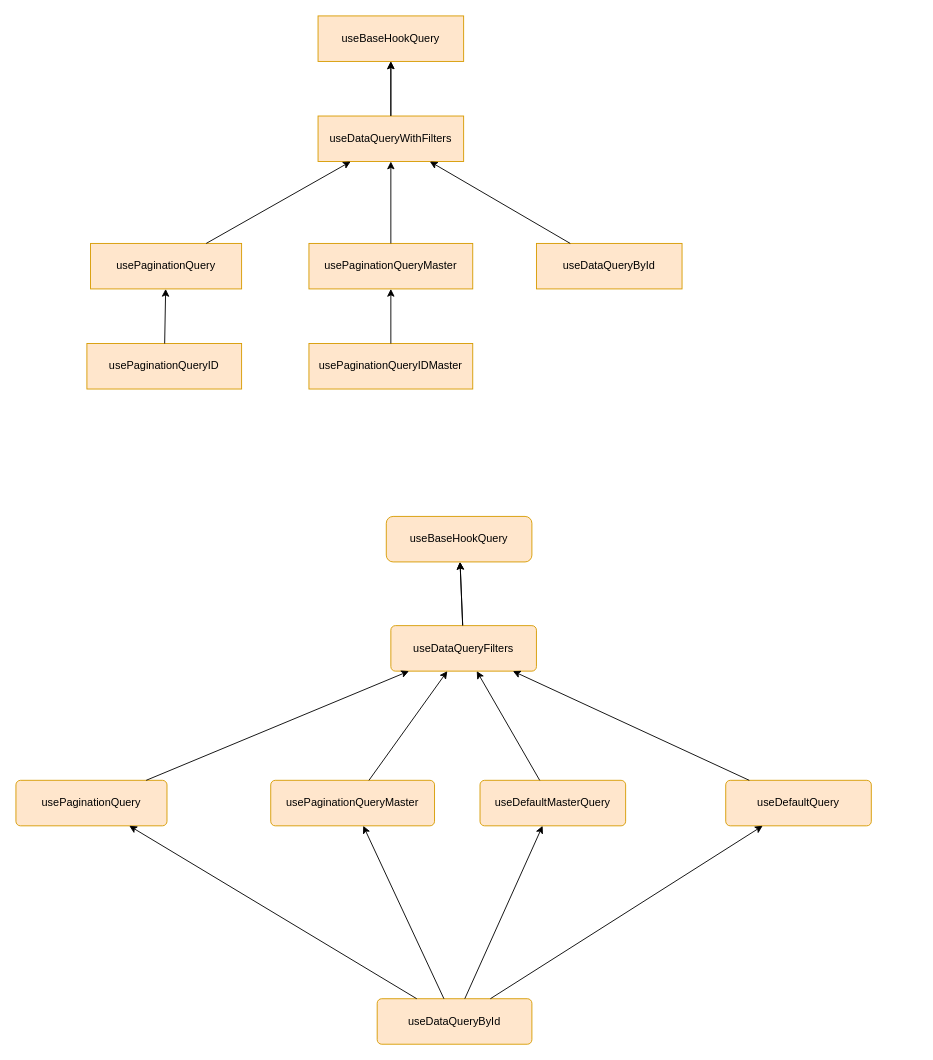
Above: Diagrama sin título.drawio in gamboacarlos/preview-test (draw.io), before the change. Source tidied: cells renumbered, new cells numbered last; positions are measured from the earlier drawing's top-left corner, leaving out a move shared by most shapes. Both pictures are drawn from the tidied source at 91%, with x=0, y=0 at pixel (15, 15).
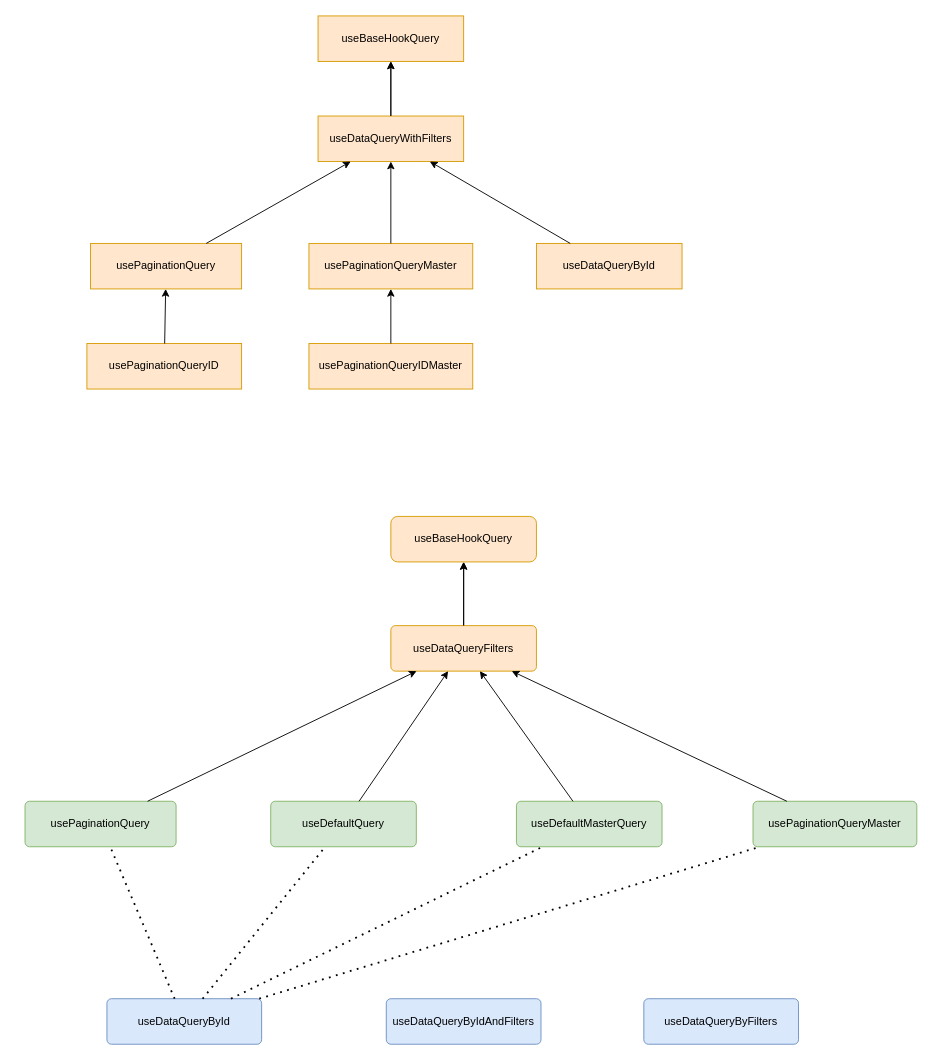
The same diagram, later.

Unchanged cells that the change refers to:
```xml
<mxCell id="18" value="useDataQueryFilters" style="rounded=1;whiteSpace=wrap;html=1;fontSize=12;glass=0;strokeWidth=1;shadow=0;arcSize=10;fillColor=#ffe6cc;strokeColor=#d79b00;" parent="1" vertex="1">
  <mxGeometry x="412" y="670" width="160" height="50" as="geometry" />
</mxCell>
```

Diff of the diagram source:
```diff
@@
     <mxCell id="16" value="useBaseHookQuery" style="rounded=1;whiteSpace=wrap;html=1;fontSize=12;glass=0;strokeWidth=1;shadow=0;fillColor=#ffe6cc;strokeColor=#d79b00;" parent="1" vertex="1">
-      <mxGeometry x="407" y="550" width="160" height="50" as="geometry" />
+      <mxGeometry x="412" y="550" width="160" height="50" as="geometry" />
     </mxCell>
@@
-    <mxCell id="20" value="usePaginationQuery" style="rounded=1;whiteSpace=wrap;html=1;fontSize=12;glass=0;strokeWidth=1;shadow=0;arcSize=10;fillColor=#ffe6cc;strokeColor=#d79b00;" parent="1" vertex="1">
-      <mxGeometry y="840" width="166" height="50" as="geometry" />
+    <mxCell id="20" value="usePaginationQuery" style="rounded=1;whiteSpace=wrap;html=1;fontSize=12;glass=0;strokeWidth=1;shadow=0;arcSize=10;fillColor=#d5e8d4;strokeColor=#82b366;" parent="1" vertex="1">
+      <mxGeometry x="10" y="863" width="166" height="50" as="geometry" />
     </mxCell>
@@
-    <mxCell id="22" value="usePaginationQueryMaster" style="rounded=1;whiteSpace=wrap;html=1;fontSize=12;glass=0;strokeWidth=1;shadow=0;arcSize=10;fillColor=#ffe6cc;strokeColor=#d79b00;" parent="1" vertex="1">
-      <mxGeometry x="280" y="840" width="180" height="50" as="geometry" />
+    <mxCell id="22" value="usePaginationQueryMaster" style="rounded=1;whiteSpace=wrap;html=1;fontSize=12;glass=0;strokeWidth=1;shadow=0;arcSize=10;fillColor=#d5e8d4;strokeColor=#82b366;" parent="1" vertex="1">
+      <mxGeometry x="810" y="863" width="180" height="50" as="geometry" />
     </mxCell>
-    <mxCell id="23" value="useDefaultMasterQuery" style="rounded=1;whiteSpace=wrap;html=1;fontSize=12;glass=0;strokeWidth=1;shadow=0;arcSize=10;fillColor=#ffe6cc;strokeColor=#d79b00;" parent="1" vertex="1">
-      <mxGeometry x="510" y="840" width="160" height="50" as="geometry" />
+    <mxCell id="23" value="useDefaultMasterQuery" style="rounded=1;whiteSpace=wrap;html=1;fontSize=12;glass=0;strokeWidth=1;shadow=0;arcSize=10;fillColor=#d5e8d4;strokeColor=#82b366;" parent="1" vertex="1">
+      <mxGeometry x="550" y="863" width="160" height="50" as="geometry" />
     </mxCell>
@@
-    <mxCell id="25" value="useDataQueryById" style="rounded=1;whiteSpace=wrap;html=1;fontSize=12;glass=0;strokeWidth=1;shadow=0;arcSize=10;fillColor=#ffe6cc;strokeColor=#d79b00;" parent="1" vertex="1">
-      <mxGeometry x="397" y="1080" width="170" height="50" as="geometry" />
+    <mxCell id="25" value="useDataQueryById" style="rounded=1;whiteSpace=wrap;html=1;fontSize=12;glass=0;strokeWidth=1;shadow=0;arcSize=10;fillColor=#dae8fc;strokeColor=#6c8ebf;" parent="1" vertex="1">
+      <mxGeometry x="100" y="1080" width="170" height="50" as="geometry" />
     </mxCell>
+    <mxCell id="27" style="endArrow=classic;html=1;rounded=0;" parent="1" edge="1" source="22" target="18">
+      <mxGeometry relative="1" as="geometry" />
+    </mxCell>
+    <mxCell id="30" value="useDefaultQuery" style="rounded=1;whiteSpace=wrap;html=1;fontSize=12;glass=0;strokeWidth=1;shadow=0;arcSize=10;fillColor=#d5e8d4;strokeColor=#82b366;" parent="1" vertex="1">
+      <mxGeometry x="280" y="863" width="160" height="50" as="geometry" />
+    </mxCell>
+    <mxCell id="32" style="endArrow=classic;html=1;rounded=0;" parent="1" edge="1" source="30" target="18">
+      <mxGeometry relative="1" as="geometry" />
+    </mxCell>
+    <mxCell id="33" value="useDataQueryByIdAndFilters" style="rounded=1;whiteSpace=wrap;html=1;fontSize=12;glass=0;strokeWidth=1;shadow=0;arcSize=10;fillColor=#dae8fc;strokeColor=#6c8ebf;" parent="1" vertex="1">
+      <mxGeometry x="407" y="1080" width="170" height="50" as="geometry" />
+    </mxCell>
+    <mxCell id="34" value="&lt;div&gt;useDataQueryByFilters&lt;/div&gt;" style="rounded=1;whiteSpace=wrap;html=1;fontSize=12;glass=0;strokeWidth=1;shadow=0;arcSize=10;fillColor=#dae8fc;strokeColor=#6c8ebf;" parent="1" vertex="1">
+      <mxGeometry x="690" y="1080" width="170" height="50" as="geometry" />
+    </mxCell>
-    <mxCell id="26" style="endArrow=classic;html=1;rounded=0;" parent="1" edge="1" source="25" target="20">
+    <mxCell id="26" style="endArrow=none;dashed=1;html=1;dashPattern=1 3;strokeWidth=2;rounded=0;" parent="1" edge="1" source="25" target="20">
       <mxGeometry relative="1" as="geometry" />
     </mxCell>
-    <mxCell id="27" style="endArrow=classic;html=1;rounded=0;" parent="1" edge="1" source="22" target="18">
-      <mxGeometry relative="1" as="geometry" />
-    </mxCell>
+    <mxCell id="31" style="endArrow=none;dashed=1;html=1;dashPattern=1 3;strokeWidth=2;rounded=0;" parent="1" edge="1" source="25" target="30">
+      <mxGeometry relative="1" as="geometry" />
+    </mxCell>
+    <mxCell id="29" style="endArrow=none;dashed=1;html=1;dashPattern=1 3;strokeWidth=2;rounded=0;" parent="1" edge="1" source="25" target="23">
+      <mxGeometry relative="1" as="geometry" />
+    </mxCell>
-    <mxCell id="28" style="endArrow=classic;html=1;rounded=0;" parent="1" edge="1" source="25" target="22">
+    <mxCell id="28" style="endArrow=none;dashed=1;html=1;dashPattern=1 3;strokeWidth=2;rounded=0;" parent="1" edge="1" source="25" target="22">
       <mxGeometry relative="1" as="geometry" />
     </mxCell>
-    <mxCell id="29" style="endArrow=classic;html=1;rounded=0;" parent="1" edge="1" source="25" target="23">
-      <mxGeometry relative="1" as="geometry" />
-    </mxCell>
-    <mxCell id="30" value="useDefaultQuery" style="rounded=1;whiteSpace=wrap;html=1;fontSize=12;glass=0;strokeWidth=1;shadow=0;arcSize=10;fillColor=#ffe6cc;strokeColor=#d79b00;" parent="1" vertex="1">
-      <mxGeometry x="780" y="840" width="160" height="50" as="geometry" />
-    </mxCell>
-    <mxCell id="31" style="endArrow=classic;html=1;rounded=0;" parent="1" edge="1" source="25" target="30">
-      <mxGeometry relative="1" as="geometry" />
-    </mxCell>
-    <mxCell id="32" style="endArrow=classic;html=1;rounded=0;" parent="1" edge="1" source="30" target="18">
-      <mxGeometry relative="1" as="geometry" />
-    </mxCell>
```
